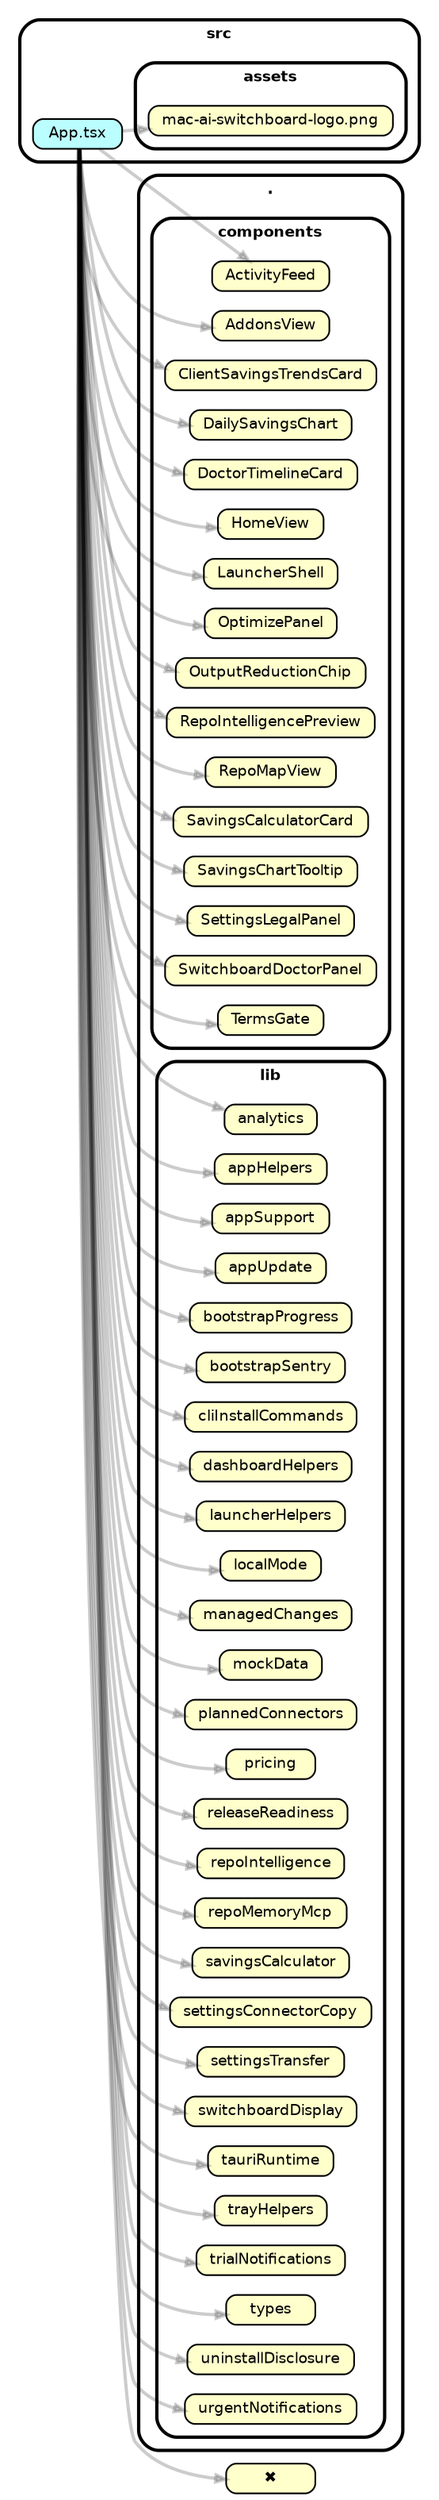
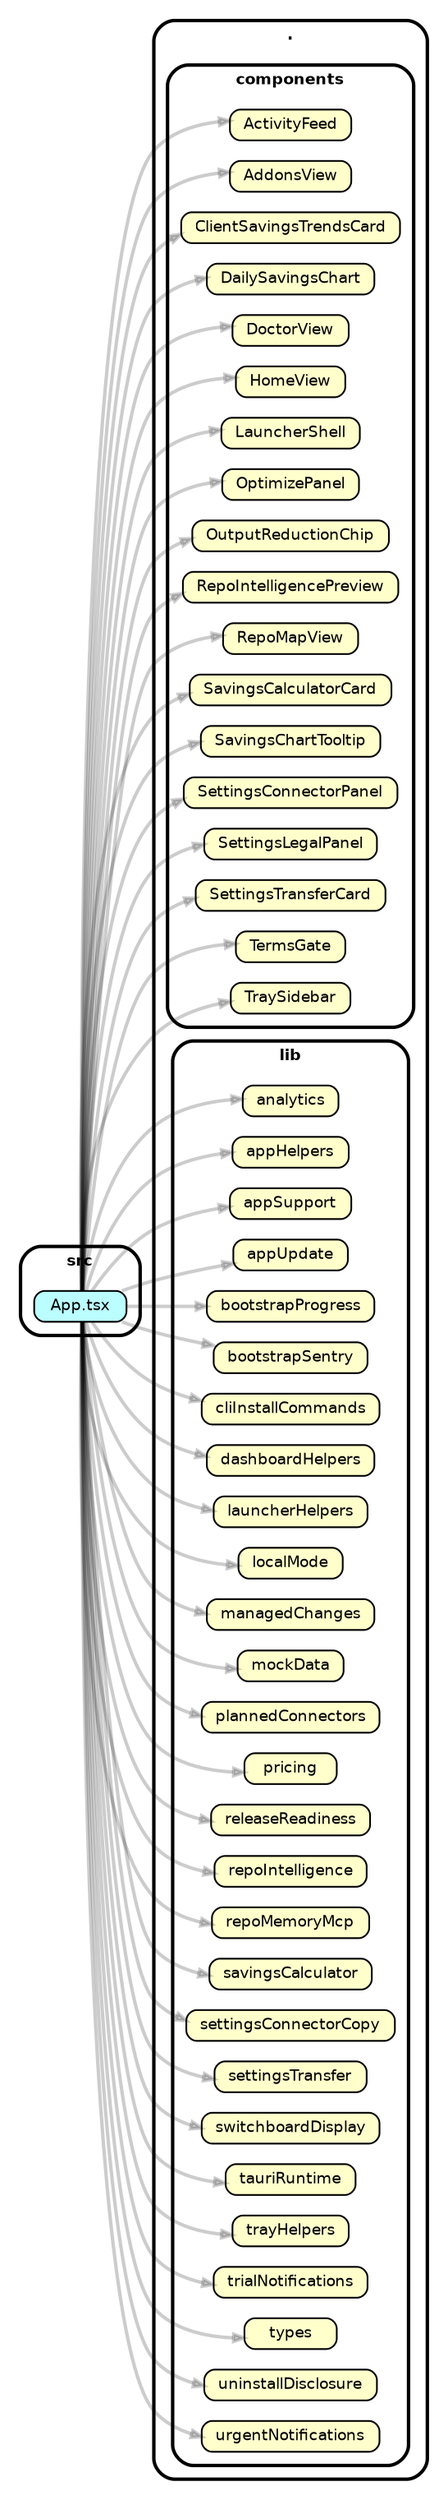
strict digraph "dependency-cruiser output"{
    rankdir="LR" splines="true" overlap="false" nodesep="0.16" ranksep="0.18" fontname="Helvetica-bold" fontsize="9" style="rounded,bold,filled" fillcolor="#ffffff" compound="true"
    node [shape="box" style="rounded, filled" height="0.2" color="black" fillcolor="#ffffcc" fontcolor="black" fontname="Helvetica" fontsize="9"]
    edge [arrowhead="normal" arrowsize="0.6" penwidth="2.0" color="#00000033" fontname="Helvetica" fontsize="9"]

    subgraph "cluster_." {label="." subgraph "cluster_./components" {label="components" "./components/ActivityFeed" [label=<ActivityFeed> tooltip="ActivityFeed" ] } }
    subgraph "cluster_." {label="." subgraph "cluster_./components" {label="components" "./components/AddonsView" [label=<AddonsView> tooltip="AddonsView" ] } }
    subgraph "cluster_." {label="." subgraph "cluster_./components" {label="components" "./components/ClientSavingsTrendsCard" [label=<ClientSavingsTrendsCard> tooltip="ClientSavingsTrendsCard" ] } }
    subgraph "cluster_." {label="." subgraph "cluster_./components" {label="components" "./components/DailySavingsChart" [label=<DailySavingsChart> tooltip="DailySavingsChart" ] } }
-     subgraph "cluster_." {label="." subgraph "cluster_./components" {label="components" "./components/DoctorTimelineCard" [label=<DoctorTimelineCard> tooltip="DoctorTimelineCard" ] } }
+     subgraph "cluster_." {label="." subgraph "cluster_./components" {label="components" "./components/DoctorView" [label=<DoctorView> tooltip="DoctorView" ] } }
    subgraph "cluster_." {label="." subgraph "cluster_./components" {label="components" "./components/HomeView" [label=<HomeView> tooltip="HomeView" ] } }
    subgraph "cluster_." {label="." subgraph "cluster_./components" {label="components" "./components/LauncherShell" [label=<LauncherShell> tooltip="LauncherShell" ] } }
    subgraph "cluster_." {label="." subgraph "cluster_./components" {label="components" "./components/OptimizePanel" [label=<OptimizePanel> tooltip="OptimizePanel" ] } }
    subgraph "cluster_." {label="." subgraph "cluster_./components" {label="components" "./components/OutputReductionChip" [label=<OutputReductionChip> tooltip="OutputReductionChip" ] } }
    subgraph "cluster_." {label="." subgraph "cluster_./components" {label="components" "./components/RepoIntelligencePreview" [label=<RepoIntelligencePreview> tooltip="RepoIntelligencePreview" ] } }
    subgraph "cluster_." {label="." subgraph "cluster_./components" {label="components" "./components/RepoMapView" [label=<RepoMapView> tooltip="RepoMapView" ] } }
    subgraph "cluster_." {label="." subgraph "cluster_./components" {label="components" "./components/SavingsCalculatorCard" [label=<SavingsCalculatorCard> tooltip="SavingsCalculatorCard" ] } }
    subgraph "cluster_." {label="." subgraph "cluster_./components" {label="components" "./components/SavingsChartTooltip" [label=<SavingsChartTooltip> tooltip="SavingsChartTooltip" ] } }
+     subgraph "cluster_." {label="." subgraph "cluster_./components" {label="components" "./components/SettingsConnectorPanel" [label=<SettingsConnectorPanel> tooltip="SettingsConnectorPanel" ] } }
    subgraph "cluster_." {label="." subgraph "cluster_./components" {label="components" "./components/SettingsLegalPanel" [label=<SettingsLegalPanel> tooltip="SettingsLegalPanel" ] } }
-     subgraph "cluster_." {label="." subgraph "cluster_./components" {label="components" "./components/SwitchboardDoctorPanel" [label=<SwitchboardDoctorPanel> tooltip="SwitchboardDoctorPanel" ] } }
+     subgraph "cluster_." {label="." subgraph "cluster_./components" {label="components" "./components/SettingsTransferCard" [label=<SettingsTransferCard> tooltip="SettingsTransferCard" ] } }
    subgraph "cluster_." {label="." subgraph "cluster_./components" {label="components" "./components/TermsGate" [label=<TermsGate> tooltip="TermsGate" ] } }
+     subgraph "cluster_." {label="." subgraph "cluster_./components" {label="components" "./components/TraySidebar" [label=<TraySidebar> tooltip="TraySidebar" ] } }
    subgraph "cluster_." {label="." subgraph "cluster_./lib" {label="lib" "./lib/analytics" [label=<analytics> tooltip="analytics" ] } }
    subgraph "cluster_." {label="." subgraph "cluster_./lib" {label="lib" "./lib/appHelpers" [label=<appHelpers> tooltip="appHelpers" ] } }
    subgraph "cluster_." {label="." subgraph "cluster_./lib" {label="lib" "./lib/appSupport" [label=<appSupport> tooltip="appSupport" ] } }
    subgraph "cluster_." {label="." subgraph "cluster_./lib" {label="lib" "./lib/appUpdate" [label=<appUpdate> tooltip="appUpdate" ] } }
    subgraph "cluster_." {label="." subgraph "cluster_./lib" {label="lib" "./lib/bootstrapProgress" [label=<bootstrapProgress> tooltip="bootstrapProgress" ] } }
    subgraph "cluster_." {label="." subgraph "cluster_./lib" {label="lib" "./lib/bootstrapSentry" [label=<bootstrapSentry> tooltip="bootstrapSentry" ] } }
    subgraph "cluster_." {label="." subgraph "cluster_./lib" {label="lib" "./lib/cliInstallCommands" [label=<cliInstallCommands> tooltip="cliInstallCommands" ] } }
    subgraph "cluster_." {label="." subgraph "cluster_./lib" {label="lib" "./lib/dashboardHelpers" [label=<dashboardHelpers> tooltip="dashboardHelpers" ] } }
    subgraph "cluster_." {label="." subgraph "cluster_./lib" {label="lib" "./lib/launcherHelpers" [label=<launcherHelpers> tooltip="launcherHelpers" ] } }
    subgraph "cluster_." {label="." subgraph "cluster_./lib" {label="lib" "./lib/localMode" [label=<localMode> tooltip="localMode" ] } }
    subgraph "cluster_." {label="." subgraph "cluster_./lib" {label="lib" "./lib/managedChanges" [label=<managedChanges> tooltip="managedChanges" ] } }
    subgraph "cluster_." {label="." subgraph "cluster_./lib" {label="lib" "./lib/mockData" [label=<mockData> tooltip="mockData" ] } }
    subgraph "cluster_." {label="." subgraph "cluster_./lib" {label="lib" "./lib/plannedConnectors" [label=<plannedConnectors> tooltip="plannedConnectors" ] } }
    subgraph "cluster_." {label="." subgraph "cluster_./lib" {label="lib" "./lib/pricing" [label=<pricing> tooltip="pricing" ] } }
    subgraph "cluster_." {label="." subgraph "cluster_./lib" {label="lib" "./lib/releaseReadiness" [label=<releaseReadiness> tooltip="releaseReadiness" ] } }
    subgraph "cluster_." {label="." subgraph "cluster_./lib" {label="lib" "./lib/repoIntelligence" [label=<repoIntelligence> tooltip="repoIntelligence" ] } }
    subgraph "cluster_." {label="." subgraph "cluster_./lib" {label="lib" "./lib/repoMemoryMcp" [label=<repoMemoryMcp> tooltip="repoMemoryMcp" ] } }
    subgraph "cluster_." {label="." subgraph "cluster_./lib" {label="lib" "./lib/savingsCalculator" [label=<savingsCalculator> tooltip="savingsCalculator" ] } }
    subgraph "cluster_." {label="." subgraph "cluster_./lib" {label="lib" "./lib/settingsConnectorCopy" [label=<settingsConnectorCopy> tooltip="settingsConnectorCopy" ] } }
    subgraph "cluster_." {label="." subgraph "cluster_./lib" {label="lib" "./lib/settingsTransfer" [label=<settingsTransfer> tooltip="settingsTransfer" ] } }
    subgraph "cluster_." {label="." subgraph "cluster_./lib" {label="lib" "./lib/switchboardDisplay" [label=<switchboardDisplay> tooltip="switchboardDisplay" ] } }
    subgraph "cluster_." {label="." subgraph "cluster_./lib" {label="lib" "./lib/tauriRuntime" [label=<tauriRuntime> tooltip="tauriRuntime" ] } }
    subgraph "cluster_." {label="." subgraph "cluster_./lib" {label="lib" "./lib/trayHelpers" [label=<trayHelpers> tooltip="trayHelpers" ] } }
    subgraph "cluster_." {label="." subgraph "cluster_./lib" {label="lib" "./lib/trialNotifications" [label=<trialNotifications> tooltip="trialNotifications" ] } }
    subgraph "cluster_." {label="." subgraph "cluster_./lib" {label="lib" "./lib/types" [label=<types> tooltip="types" ] } }
    subgraph "cluster_." {label="." subgraph "cluster_./lib" {label="lib" "./lib/uninstallDisclosure" [label=<uninstallDisclosure> tooltip="uninstallDisclosure" ] } }
    subgraph "cluster_." {label="." subgraph "cluster_./lib" {label="lib" "./lib/urgentNotifications" [label=<urgentNotifications> tooltip="urgentNotifications" ] } }
    subgraph "cluster_src" {label="src" "src/App.tsx" [label=<App.tsx> tooltip="App.tsx" URL="src/App.tsx" fillcolor="#bbfeff"] }
-     "src/App.tsx" -> "src/assets/mac-ai-switchboard-logo.png"
    "src/App.tsx" -> "./components/ActivityFeed"
    "src/App.tsx" -> "./components/AddonsView"
    "src/App.tsx" -> "./components/ClientSavingsTrendsCard"
    "src/App.tsx" -> "./components/DailySavingsChart"
-     "src/App.tsx" -> "./components/DoctorTimelineCard"
+     "src/App.tsx" -> "./components/DoctorView"
    "src/App.tsx" -> "./components/HomeView"
    "src/App.tsx" -> "./components/LauncherShell"
    "src/App.tsx" -> "./components/OptimizePanel"
    "src/App.tsx" -> "./components/OutputReductionChip"
    "src/App.tsx" -> "./components/RepoIntelligencePreview"
    "src/App.tsx" -> "./components/RepoMapView"
    "src/App.tsx" -> "./components/SavingsCalculatorCard"
    "src/App.tsx" -> "./components/SavingsChartTooltip"
+     "src/App.tsx" -> "./components/SettingsConnectorPanel"
    "src/App.tsx" -> "./components/SettingsLegalPanel"
-     "src/App.tsx" -> "./components/SwitchboardDoctorPanel"
+     "src/App.tsx" -> "./components/SettingsTransferCard"
    "src/App.tsx" -> "./components/TermsGate"
+     "src/App.tsx" -> "./components/TraySidebar"
    "src/App.tsx" -> "./lib/analytics"
    "src/App.tsx" -> "./lib/appHelpers"
    "src/App.tsx" -> "./lib/appSupport"
    "src/App.tsx" -> "./lib/appUpdate"
    "src/App.tsx" -> "./lib/bootstrapProgress"
    "src/App.tsx" -> "./lib/bootstrapSentry"
    "src/App.tsx" -> "./lib/cliInstallCommands"
    "src/App.tsx" -> "./lib/dashboardHelpers"
    "src/App.tsx" -> "./lib/launcherHelpers"
    "src/App.tsx" -> "./lib/localMode"
    "src/App.tsx" -> "./lib/managedChanges"
    "src/App.tsx" -> "./lib/mockData"
    "src/App.tsx" -> "./lib/plannedConnectors"
    "src/App.tsx" -> "./lib/pricing"
    "src/App.tsx" -> "./lib/releaseReadiness"
    "src/App.tsx" -> "./lib/repoIntelligence"
    "src/App.tsx" -> "./lib/repoMemoryMcp"
    "src/App.tsx" -> "./lib/savingsCalculator"
    "src/App.tsx" -> "./lib/settingsConnectorCopy"
    "src/App.tsx" -> "./lib/settingsTransfer"
    "src/App.tsx" -> "./lib/switchboardDisplay"
    "src/App.tsx" -> "./lib/tauriRuntime"
    "src/App.tsx" -> "./lib/trayHelpers"
    "src/App.tsx" -> "./lib/trialNotifications"
    "src/App.tsx" -> "./lib/types"
    "src/App.tsx" -> "./lib/uninstallDisclosure"
    "src/App.tsx" -> "./lib/urgentNotifications"
-     "src/App.tsx" -> "✖"
-     subgraph "cluster_src" {label="src" subgraph "cluster_src/assets" {label="assets" "src/assets/mac-ai-switchboard-logo.png" [label=<mac-ai-switchboard-logo.png> tooltip="mac-ai-switchboard-logo.png" URL="src/assets/mac-ai-switchboard-logo.png" ] } }
-     "✖" [label=<✖> tooltip="✖" ]
}
